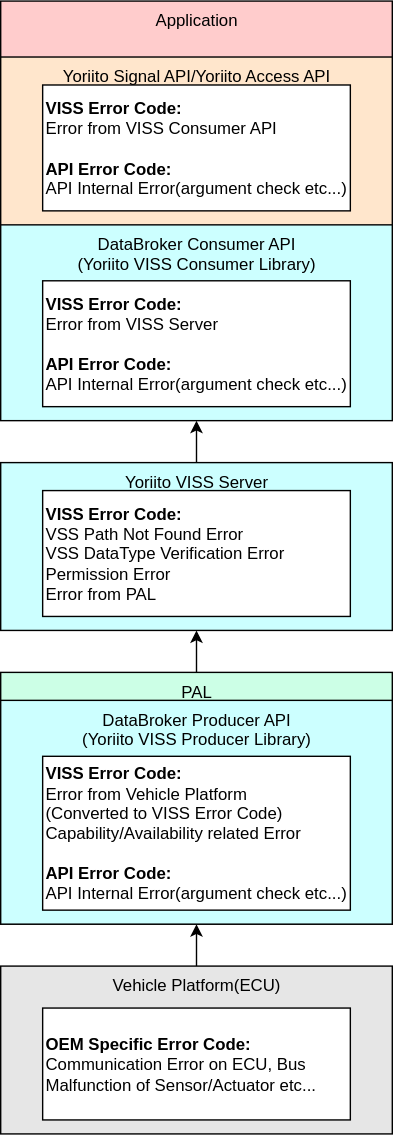
yoriito/yoriito keeps this draw.io diagram as docs/tutorials/02_system_scope_versioning/assets/Yoriito_ErrorPropagation.drawio.svg. Above is the earlier version. Source tidied: cells renumbered, new cells last; positions are measured from the earlier drawing's top-left corner, leaving out a move shared by most shapes.
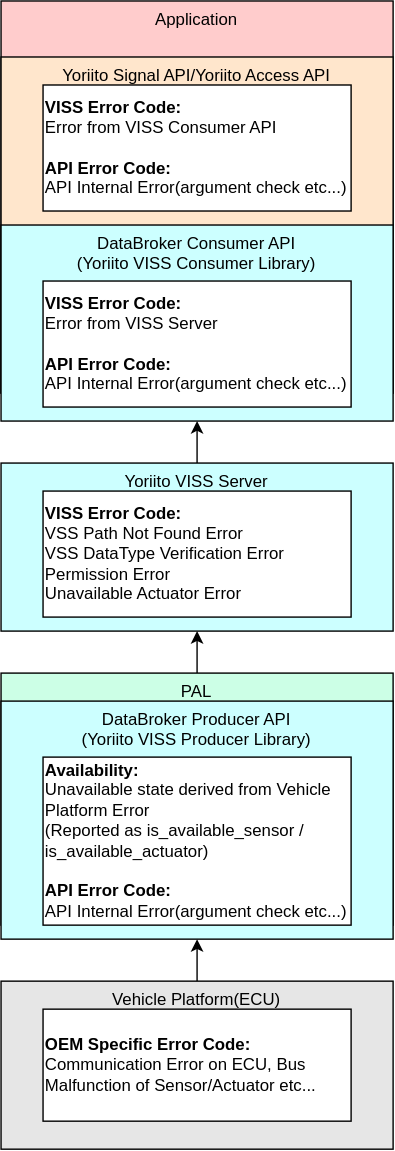
Later version of the same file.

Change to the diagram source:
```diff
@@ -1,4 +1,4 @@
-<mxGraphModel>
+<mxGraphModel background="#ffffff">
   <root>
     <mxCell id="0" />
     <mxCell id="1" parent="0" />
@@ -6,7 +6,7 @@
       <mxGeometry relative="1" as="geometry" />
     </mxCell>
     <mxCell id="3" value="Vehicle Platform(ECU)" style="rounded=0;whiteSpace=wrap;html=1;fillColor=#E6E6E6;verticalAlign=top;" parent="1" vertex="1">
-      <mxGeometry y="690" width="280" height="120" as="geometry" />
+      <mxGeometry y="700" width="280" height="120" as="geometry" />
     </mxCell>
     <mxCell id="4" style="edgeStyle=orthogonalEdgeStyle;rounded=0;jettySize=auto;html=1;exitX=0.5;exitY=0;exitDx=0;exitDy=0;entryX=0.5;entryY=1;entryDx=0;entryDy=0;" parent="1" edge="1" source="5" target="8">
       <mxGeometry relative="1" as="geometry" />
@@ -15,7 +15,7 @@
       <mxGeometry y="480" width="280" height="180" as="geometry" />
     </mxCell>
     <mxCell id="6" value="DataBroker Producer API&lt;div&gt;(Yoriito VISS Producer Library)&lt;/div&gt;" style="rounded=0;whiteSpace=wrap;html=1;fillColor=#CCFFFF;verticalAlign=top;" parent="1" vertex="1">
-      <mxGeometry y="500" width="280" height="160" as="geometry" />
+      <mxGeometry y="500" width="280" height="170" as="geometry" />
     </mxCell>
     <mxCell id="7" style="edgeStyle=orthogonalEdgeStyle;rounded=0;jettySize=auto;html=1;exitX=0.5;exitY=0;exitDx=0;exitDy=0;entryX=0.5;entryY=1;entryDx=0;entryDy=0;" parent="1" edge="1" source="8" target="11">
       <mxGeometry relative="1" as="geometry" />
@@ -35,10 +35,10 @@
     <mxCell id="12" value="&lt;b&gt;OEM Specific Error Code:&lt;/b&gt;&lt;div&gt;&lt;div&gt;&lt;div&gt;Communication Error on ECU, Bus&lt;/div&gt;&lt;div&gt;Malfunction of Sensor/Actuator etc...&lt;/div&gt;&lt;/div&gt;&lt;/div&gt;" style="rounded=0;whiteSpace=wrap;html=1;align=left;" parent="1" vertex="1">
       <mxGeometry x="30" y="720" width="220" height="80" as="geometry" />
     </mxCell>
-    <mxCell id="13" value="&lt;b&gt;VISS Error Code:&lt;/b&gt;&lt;div&gt;&lt;div&gt;Error from Vehicle Platform&lt;/div&gt;&lt;div&gt;(&lt;span style=&quot;background-color: transparent; color: light-dark(rgb(0, 0, 0), rgb(255, 255, 255));&quot;&gt;Converted to VISS Error Code)&lt;/span&gt;&lt;/div&gt;&lt;div&gt;Capability/Availability related Error&lt;/div&gt;&lt;div&gt;&lt;br&gt;&lt;/div&gt;&lt;div&gt;&lt;b&gt;API Error Code:&lt;/b&gt;&lt;/div&gt;&lt;div&gt;API Internal Error(argument check etc...)&lt;br&gt;&lt;/div&gt;&lt;/div&gt;" style="rounded=0;whiteSpace=wrap;html=1;align=left;" parent="1" vertex="1">
-      <mxGeometry x="30" y="540" width="220" height="110" as="geometry" />
+    <mxCell id="13" value="&lt;b&gt;Availability:&lt;/b&gt;&lt;div&gt;&lt;div&gt;Unavailable state derived from Vehicle Platform Error&lt;/div&gt;&lt;div&gt;(&lt;span style=&quot;background-color: transparent; color: light-dark(rgb(0, 0, 0), rgb(255, 255, 255));&quot;&gt;Reported as is_available_sensor / is_available_actuator)&lt;/span&gt;&lt;/div&gt;&lt;div&gt;&lt;br&gt;&lt;/div&gt;&lt;div&gt;&lt;b&gt;API Error Code:&lt;/b&gt;&lt;/div&gt;&lt;div&gt;API Internal Error(argument check etc...)&lt;br&gt;&lt;/div&gt;&lt;/div&gt;" style="rounded=0;whiteSpace=wrap;html=1;align=left;" parent="1" vertex="1">
+      <mxGeometry x="30" y="540" width="220" height="120" as="geometry" />
     </mxCell>
-    <mxCell id="14" value="&lt;b&gt;VISS Error Code:&lt;/b&gt;&lt;div&gt;&lt;div&gt;VSS Path Not Found Error&lt;/div&gt;&lt;/div&gt;&lt;div&gt;VSS DataType Verification Error&lt;/div&gt;&lt;div&gt;Permission Error&lt;/div&gt;&lt;div&gt;Error from PAL&lt;/div&gt;" style="rounded=0;whiteSpace=wrap;html=1;align=left;" parent="1" vertex="1">
+    <mxCell id="14" value="&lt;b&gt;VISS Error Code:&lt;/b&gt;&lt;div&gt;&lt;div&gt;VSS Path Not Found Error&lt;/div&gt;&lt;/div&gt;&lt;div&gt;VSS DataType Verification Error&lt;/div&gt;&lt;div&gt;Permission Error&lt;/div&gt;&lt;div&gt;Unavailable Actuator Error&lt;/div&gt;" style="rounded=0;whiteSpace=wrap;html=1;align=left;" parent="1" vertex="1">
       <mxGeometry x="30" y="350" width="220" height="90" as="geometry" />
     </mxCell>
     <mxCell id="15" value="&lt;b&gt;VISS Error Code:&lt;/b&gt;&lt;div&gt;Error from VISS Server&lt;/div&gt;&lt;div&gt;&lt;br&gt;&lt;/div&gt;&lt;div&gt;&lt;b&gt;API Error Code:&lt;/b&gt;&lt;/div&gt;&lt;div&gt;API Internal Error(argument check etc...)&lt;/div&gt;" style="rounded=0;whiteSpace=wrap;html=1;align=left;" parent="1" vertex="1">
```
